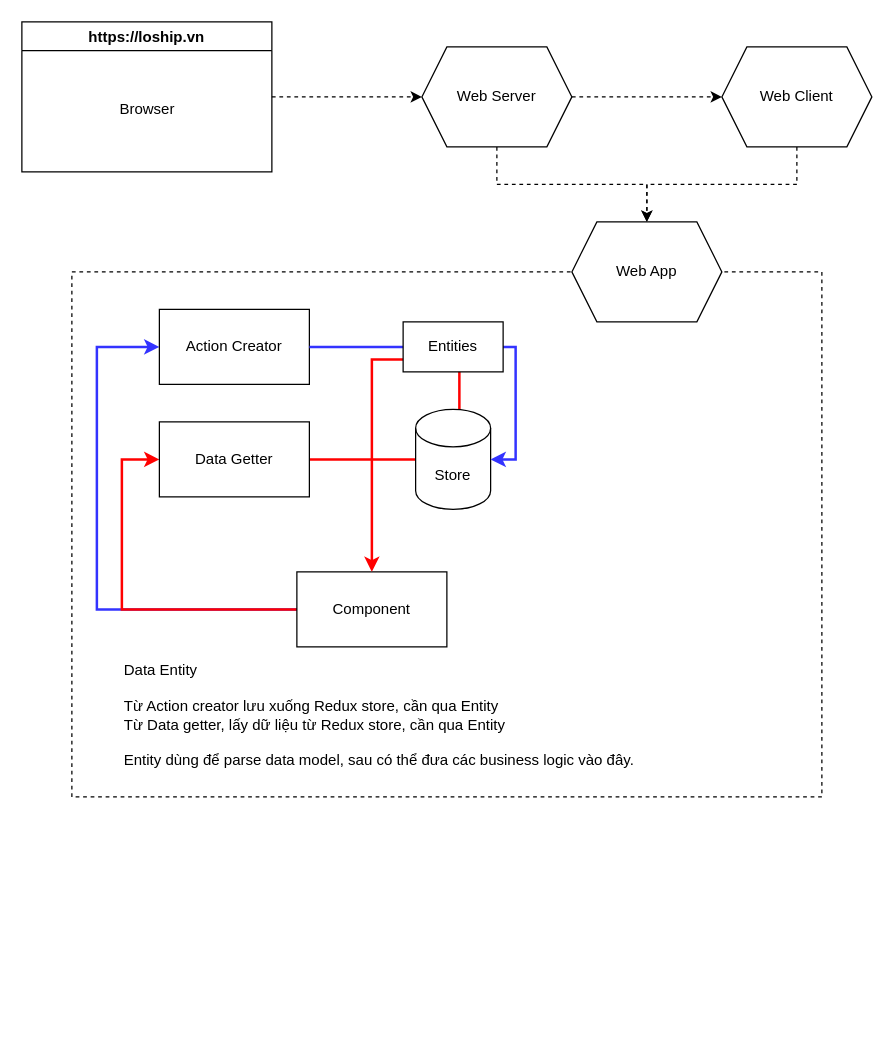
Earlier version of the draw.io diagram web-architectures.drawio (ryenguyen7411/chart-anywhere). Source tidied: cells renumbered, new cells numbered last; positions are measured from the earlier drawing's top-left corner, leaving out a move shared by most shapes. Both pictures are drawn from the tidied source at 125%, with x=0, y=0 at pixel (21, 21).
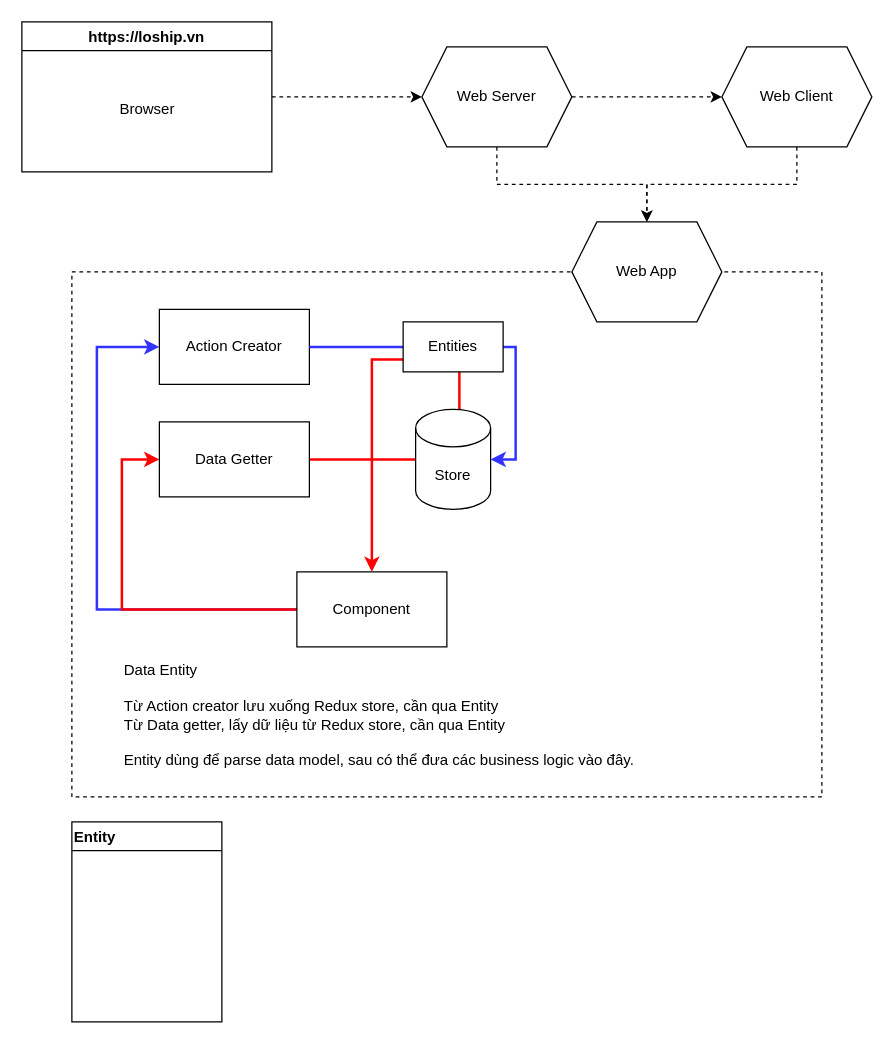
Above is the later version.

Change to the diagram source:
```diff
@@
+    <mxCell id="23" value="Entity" style="swimlane;fillColor=#ffffff;align=left;" parent="1" vertex="1">
+      <mxGeometry x="40" y="640" width="120" height="160" as="geometry" />
+    </mxCell>
```
